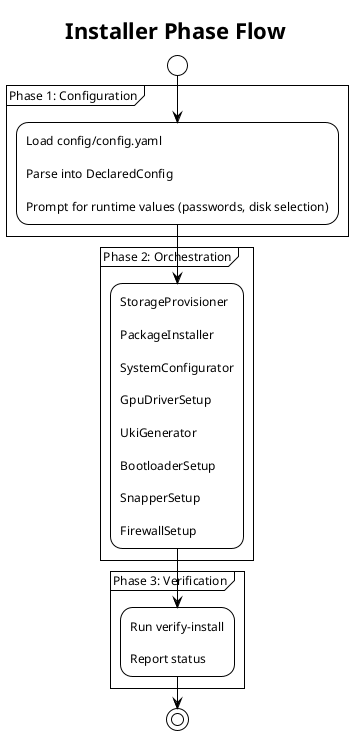
Earlier version of the PlantUML export docs/diagrams/installer-flow.png (kodoshi/arch_installer). The source it was exported from:
```plantuml
@startuml installer-flow
!theme plain
skinparam defaultFontSize 12

title Installer Phase Flow

start

partition "Phase 1: Configuration" {
    :Load config/config.yaml\n\nParse into DeclaredConfig\n\nPrompt for runtime values (passwords, disk selection);
}

partition "Phase 2: Orchestration" {
    :StorageProvisioner\n\nPackageInstaller\n\nSystemConfigurator\n\nGpuDriverSetup\n\nUkiGenerator\n\nBootloaderSetup\n\nSnapperSetup\n\nFirewallSetup;
}

partition "Phase 3: Verification" {
    :Run verify-install\n\nReport status;
}

stop

@enduml
```
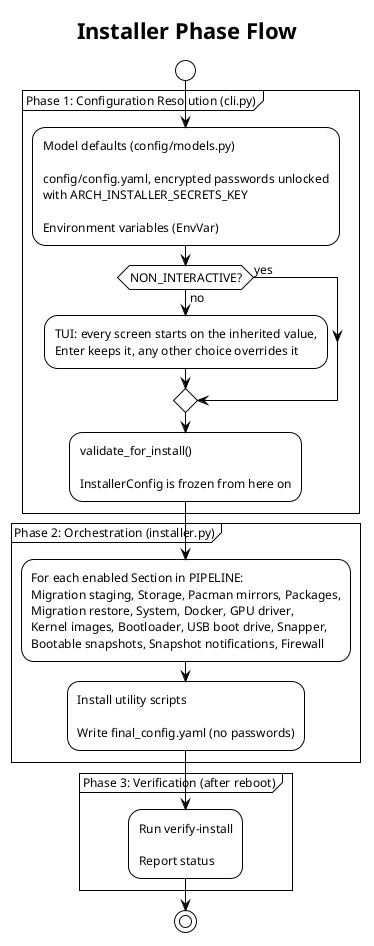
Above is the later version.

Diff of the diagram source:
```diff
@@ -6,15 +6,21 @@
 
 start
 
-partition "Phase 1: Configuration" {
-    :Load config/config.yaml\n\nParse into DeclaredConfig\n\nPrompt for runtime values (passwords, disk selection);
+partition "Phase 1: Configuration Resolution (cli.py)" {
+    :Model defaults (config/models.py)\n\nconfig/config.yaml, encrypted passwords unlocked\nwith ARCH_INSTALLER_SECRETS_KEY\n\nEnvironment variables (EnvVar);
+    if (NON_INTERACTIVE?) then (no)
+        :TUI: every screen starts on the inherited value,\nEnter keeps it, any other choice overrides it;
+    else (yes)
+    endif
+    :validate_for_install()\n\nInstallerConfig is frozen from here on;
 }
 
-partition "Phase 2: Orchestration" {
-    :StorageProvisioner\n\nPackageInstaller\n\nSystemConfigurator\n\nGpuDriverSetup\n\nUkiGenerator\n\nBootloaderSetup\n\nSnapperSetup\n\nFirewallSetup;
+partition "Phase 2: Orchestration (installer.py)" {
+    :For each enabled Section in PIPELINE:\nMigration staging, Storage, Pacman mirrors, Packages,\nMigration restore, System, Docker, GPU driver,\nKernel images, Bootloader, USB boot drive, Snapper,\nBootable snapshots, Snapshot notifications, Firewall;
+    :Install utility scripts\n\nWrite final_config.yaml (no passwords);
 }
 
-partition "Phase 3: Verification" {
+partition "Phase 3: Verification (after reboot)" {
     :Run verify-install\n\nReport status;
 }
 
```
